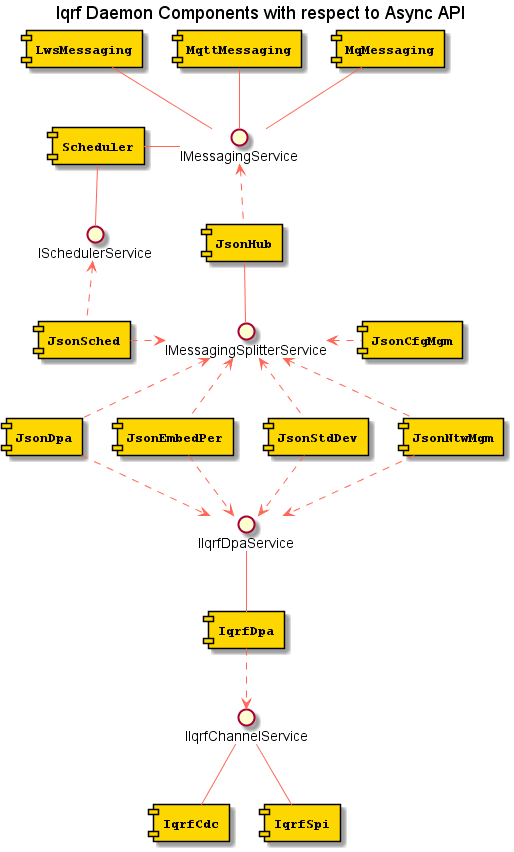
Earlier version of the PlantUML export Documents/02-Design/sw-design-resources/ComponentDiagramWrtAsyncAPI.png (iqrf/iqrf-gateway-daemon). Source of this version:
```plantuml
@startuml
title Iqrf Daemon Components with respect to Async API

skinparam component {
  FontSize 13
  BackgroundColor<<Apache>> Red
  BorderColor<<Apache>> #FF6655
  FontName Courier
  FontStyle bold
  BorderColor black
  BackgroundColor gold
  ArrowFontStyle italic
  ArrowFontName Arial
  ArrowColor #FF6655
  ArrowFontColor #777777
}

skinparam note {
  FontSize 9
  FontName Arial
  BorderColor Gray
  BackgroundColor white
  FontStyle italic
  ArrowFontName Arial
}

component [LwsMessaging] as C10
component [MqttMessaging] as C11
component [MqMessaging] as C12

component [JsonHub] as C20

component [JsonDpa] as C30
component [JsonEmbedPer] as C34
component [JsonStdDev] as C35
component [JsonNtwMgm] as C36
component [JsonCfgMgm] as C37
component [JsonSched] as C38

component [IqrfDpa] as C40

component [IqrfCdc] as C50
component [IqrfSpi] as C51

component [Scheduler] as C60

C10 -- I10
C11 -- I10
C12 -- I10
C60 -r- I10

C20 .u.> I10

C20 -- I20

C30 .u.> I20
C34 .u.> I20
C35 .u.> I20
C36 .u.> I20
C37 .l.> I20
C38 .r.> I20

C38 .u.> I60

C40 -u- I40

C50 -u- I50
C51 -u- I50

C30 .d.> I40
C34 .d.> I40
C35 .d.> I40
C36 .d.> I40

C40 .d.> I50

C60 -- I60

interface "IMessagingService" as I10
interface "IMessagingSplitterService" as I20
interface "IIqrfDpaService" as I40
interface "IIqrfChannelService" as I50
interface "ISchedulerService" as I60

@enduml
```
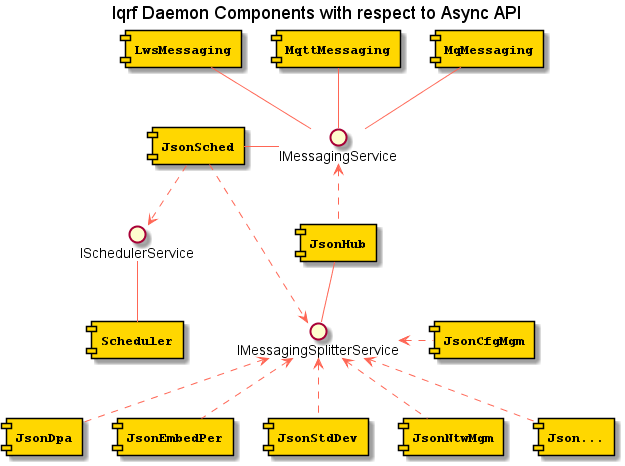
After the commit.

The edit, as a diff of the source:
```diff
@@ -36,18 +36,14 @@
 component [JsonNtwMgm] as C36
 component [JsonCfgMgm] as C37
 component [JsonSched] as C38
-
-component [IqrfDpa] as C40
-
-component [IqrfCdc] as C50
-component [IqrfSpi] as C51
+component [Json...] as C39
 
 component [Scheduler] as C60
 
 C10 -- I10
 C11 -- I10
 C12 -- I10
-C60 -r- I10
+C38 -r- I10
 
 C20 .u.> I10
 
@@ -58,28 +54,15 @@
 C35 .u.> I20
 C36 .u.> I20
 C37 .l.> I20
-C38 .r.> I20
+C38 .d.> I20
+C39 .u.> I20
 
-C38 .u.> I60
+C38 .d.> I60
 
-C40 -u- I40
-
-C50 -u- I50
-C51 -u- I50
-
-C30 .d.> I40
-C34 .d.> I40
-C35 .d.> I40
-C36 .d.> I40
-
-C40 .d.> I50
-
-C60 -- I60
+C60 -u- I60
 
 interface "IMessagingService" as I10
 interface "IMessagingSplitterService" as I20
-interface "IIqrfDpaService" as I40
-interface "IIqrfChannelService" as I50
 interface "ISchedulerService" as I60
 
 @enduml
```
